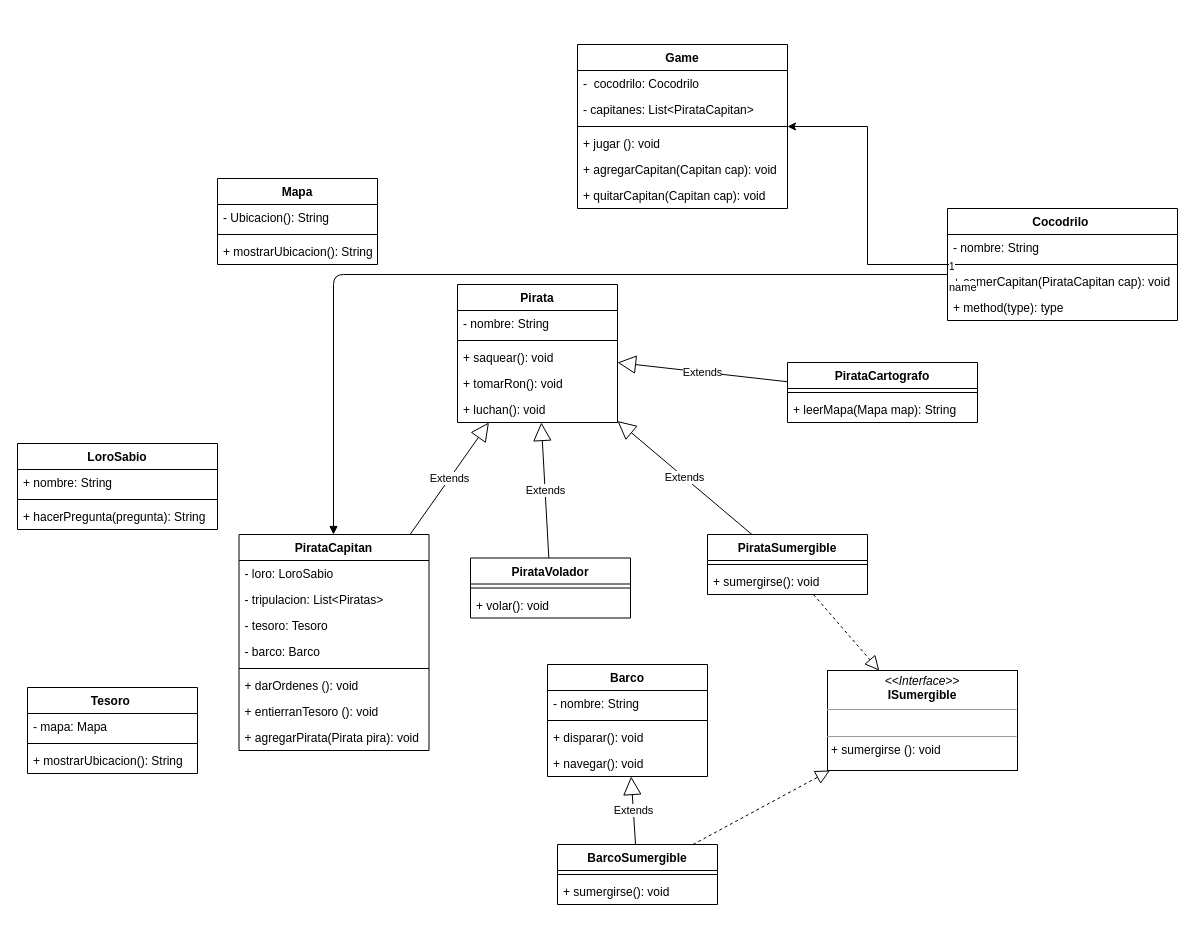
Above: page "BarcoPirata" (1 of 4) of 4POOyPHP/01/Untitled Diagram.drawio in Tkmanga/DH (draw.io), before the change. Source tidied: cells renumbered, new cells numbered last; positions are measured from the earlier drawing's top-left corner, leaving out a move shared by most shapes. Both pictures are drawn from the tidied source at 100%, with x=0, y=0 at pixel (17, 44).
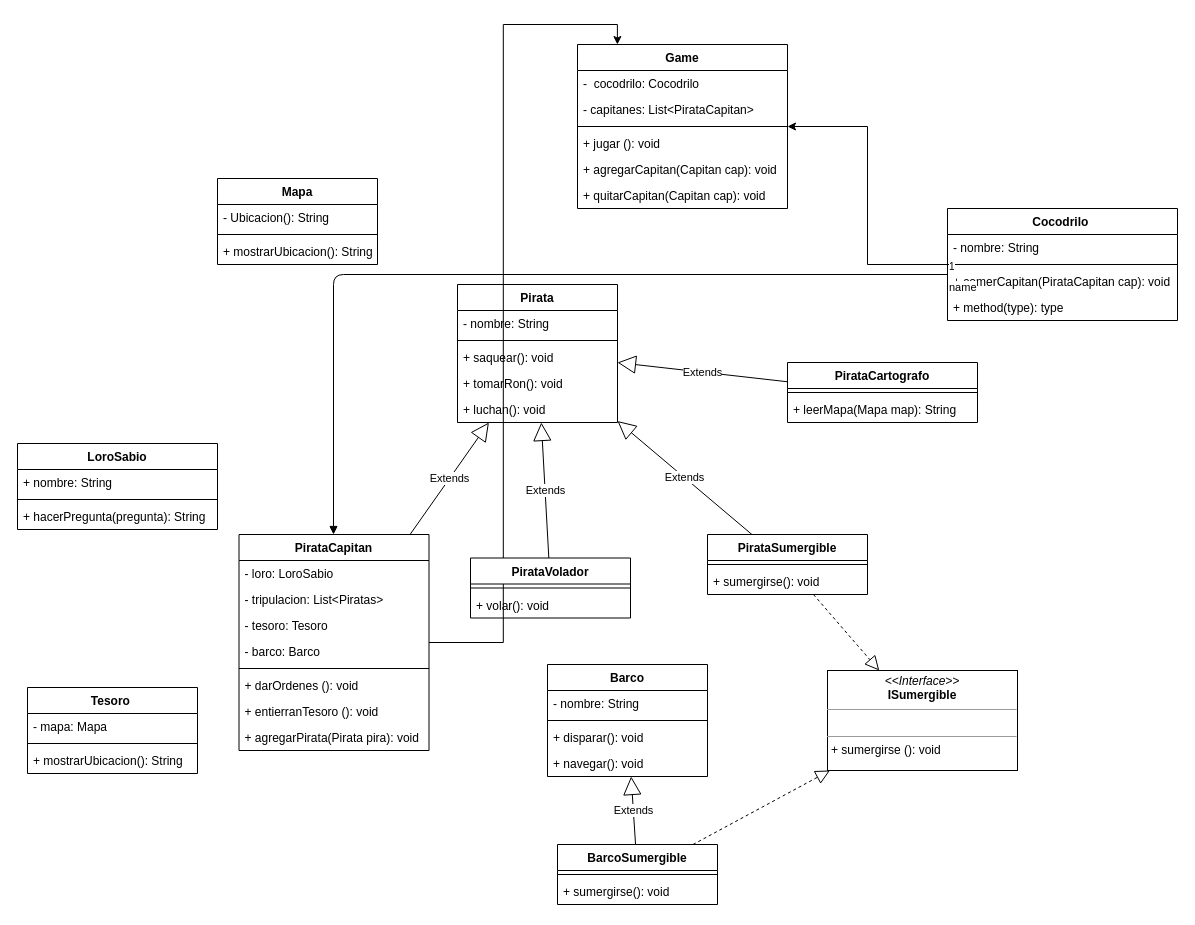
The same diagram, later.

Unchanged cells that the change refers to:
```xml
<mxCell id="2" value="Game" style="swimlane;fontStyle=1;align=center;verticalAlign=top;horizontal=1;startSize=26;" parent="1" vertex="1">
  <mxGeometry x="560" width="210" height="164" as="geometry" />
</mxCell>
<mxCell id="21" value="PirataCapitan" style="swimlane;fontStyle=1;align=center;verticalAlign=top;horizontal=1;startSize=26;" parent="1" vertex="1">
  <mxGeometry x="221.5" y="490" width="190" height="216" as="geometry" />
</mxCell>
```

Diff of the diagram source:
```diff
@@
+    <mxCell id="69" style="edgeStyle=orthogonalEdgeStyle;rounded=0;jettySize=auto;html=1;entryX=0.19;entryY=0;entryDx=0;entryDy=0;entryPerimeter=0;" parent="1" edge="1" source="21" target="2">
+      <mxGeometry relative="1" as="geometry" />
+    </mxCell>
```
